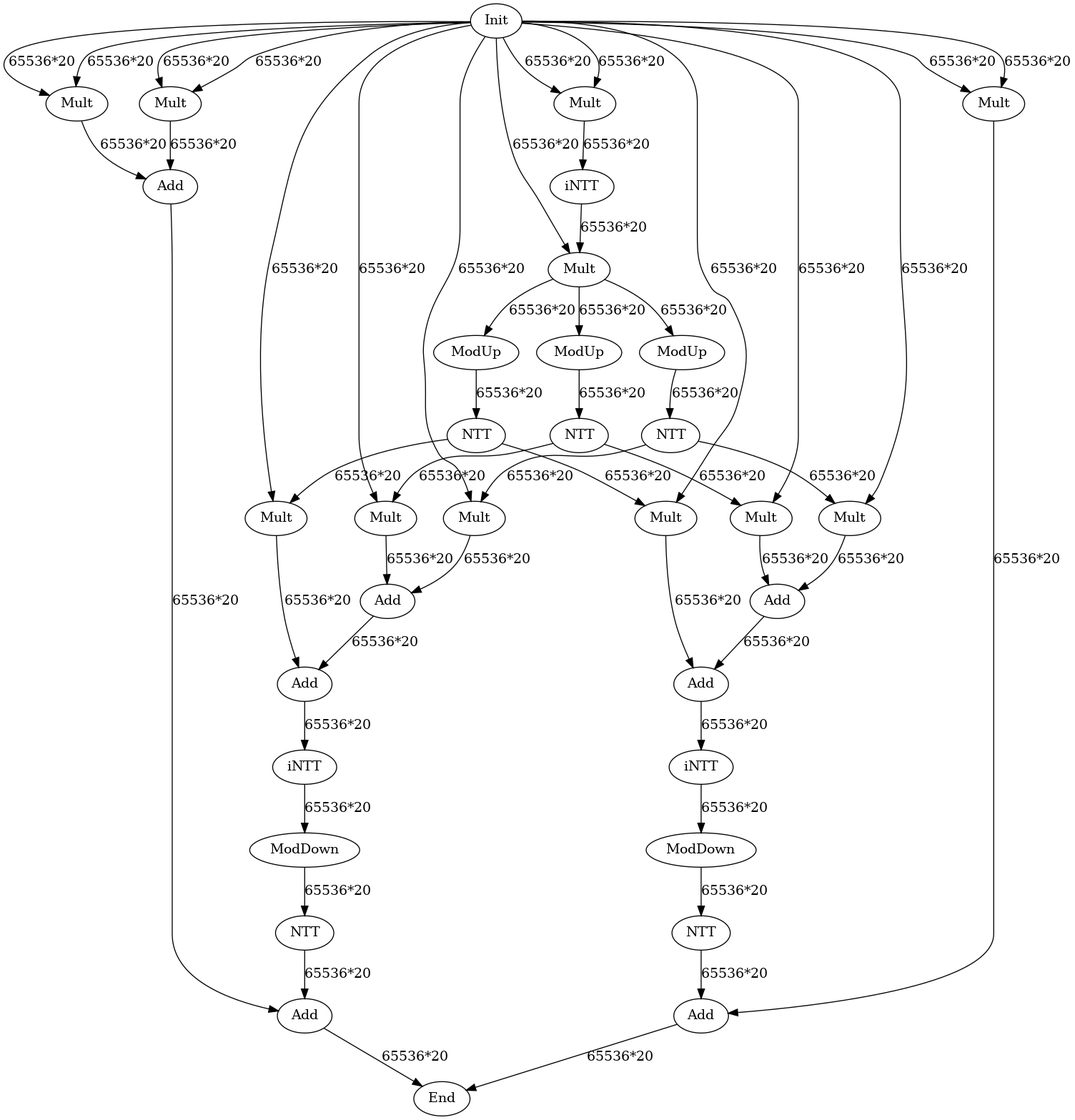
Above: data/graph_poly_hmult.dot.png in hal-lab-u-tokyo/PolyFHE (Graphviz), before the change. Its source is kept beside it as data/graph_poly_hmult.dot.
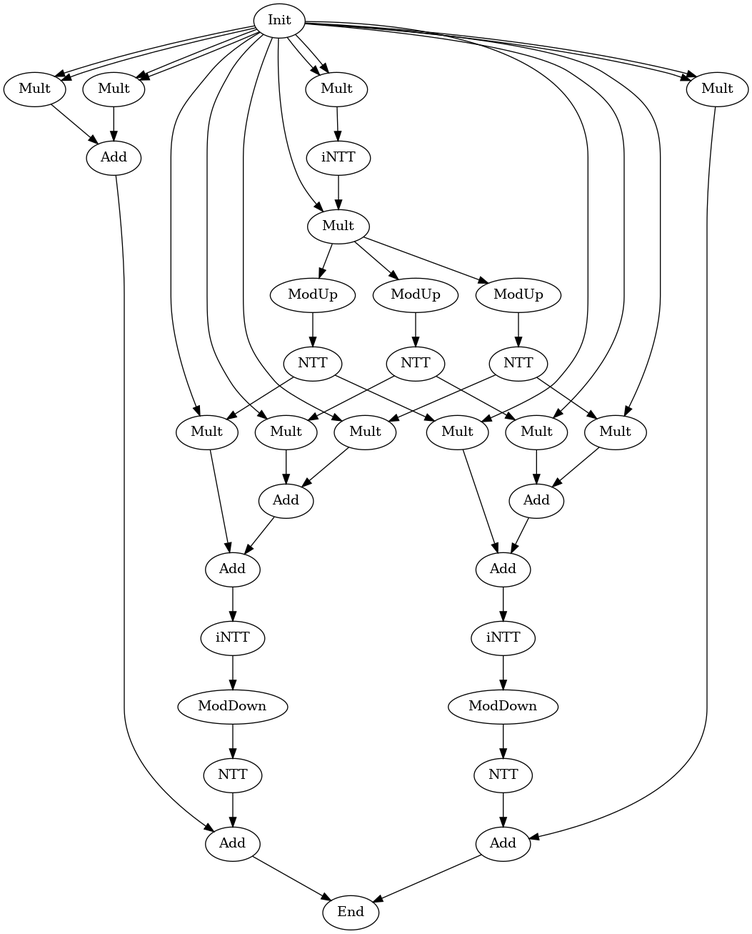
Later version of the same file.

What changed in the source:
```diff
@@ -32,55 +32,55 @@
 Add_ax[label="Add"];
 Add_bx[label="Add"];
 End[label="End"];
-Init -> Mult_AxAx[label="65536*20"];
-Init -> Mult_AxAx[label="65536*20"];
-Init -> Mult_AxBx[label="65536*20"];
-Init -> Mult_AxBx[label="65536*20"];
-Init -> Mult_BxAx[label="65536*20"];
-Init -> Mult_BxAx[label="65536*20"];
-Init -> Mult_BxBx[label="65536*20"];
-Init -> Mult_BxBx[label="65536*20"];
-Init -> MultKey_0_ax[label="65536*20"];
-Init -> MultKey_0_bx[label="65536*20"];
-Init -> MultKey_1_ax[label="65536*20"];
-Init -> MultKey_1_bx[label="65536*20"];
-Init -> MultKey_2_ax[label="65536*20"];
-Init -> MultKey_2_bx[label="65536*20"];
-Init -> Mult_Decomp[label="65536*20"];
-Mult_AxBx -> Add_AxBx[label="65536*20"];
-Mult_BxAx -> Add_AxBx[label="65536*20"];
-Mult_AxAx -> iNTT[label="65536*20"];
-iNTT -> Mult_Decomp[label="65536*20"];
-Mult_Decomp -> ModUp_0[label="65536*20"];
-Mult_Decomp -> ModUp_1[label="65536*20"];
-Mult_Decomp -> ModUp_2[label="65536*20"];
-ModUp_0 -> NTT_0[label="65536*20"];
-ModUp_1 -> NTT_1[label="65536*20"];
-ModUp_2 -> NTT_2[label="65536*20"];
-NTT_0 -> MultKey_0_ax[label="65536*20"];
-NTT_0 -> MultKey_0_bx[label="65536*20"];
-NTT_1 -> MultKey_1_ax[label="65536*20"];
-NTT_1 -> MultKey_1_bx[label="65536*20"];
-NTT_2 -> MultKey_2_ax[label="65536*20"];
-NTT_2 -> MultKey_2_bx[label="65536*20"];
-MultKey_0_ax -> AddAccum_1_ax[label="65536*20"];
-MultKey_0_bx -> AddAccum_1_bx[label="65536*20"];
-MultKey_1_ax -> AddAccum_1_ax[label="65536*20"];
-MultKey_1_bx -> AddAccum_1_bx[label="65536*20"];
-MultKey_2_ax -> AddAccum_2_ax[label="65536*20"];
-MultKey_2_bx -> AddAccum_2_bx[label="65536*20"];
-AddAccum_1_ax -> AddAccum_2_ax[label="65536*20"];
-AddAccum_1_bx -> AddAccum_2_bx[label="65536*20"];
-AddAccum_2_ax -> iNTT_ax[label="65536*20"];
-AddAccum_2_bx -> iNTT_bx[label="65536*20"];
-iNTT_ax -> ModDown_ax[label="65536*20"];
-iNTT_bx -> ModDown_bx[label="65536*20"];
-ModDown_ax -> NTT_ax[label="65536*20"];
-ModDown_bx -> NTT_bx[label="65536*20"];
-NTT_ax -> Add_ax[label="65536*20"];
-NTT_bx -> Add_bx[label="65536*20"];
-Add_AxBx -> Add_ax[label="65536*20"];
-Mult_BxBx -> Add_bx[label="65536*20"];
-Add_ax -> End[label="65536*20"];
-Add_bx -> End[label="65536*20"];
+Init -> Mult_AxAx[];
+Init -> Mult_AxAx[];
+Init -> Mult_AxBx[];
+Init -> Mult_AxBx[];
+Init -> Mult_BxAx[];
+Init -> Mult_BxAx[];
+Init -> Mult_BxBx[];
+Init -> Mult_BxBx[];
+Init -> MultKey_0_ax[];
+Init -> MultKey_0_bx[];
+Init -> MultKey_1_ax[];
+Init -> MultKey_1_bx[];
+Init -> MultKey_2_ax[];
+Init -> MultKey_2_bx[];
+Init -> Mult_Decomp[];
+Mult_AxBx -> Add_AxBx[];
+Mult_BxAx -> Add_AxBx[];
+Mult_AxAx -> iNTT[];
+iNTT -> Mult_Decomp[];
+Mult_Decomp -> ModUp_0[];
+Mult_Decomp -> ModUp_1[];
+Mult_Decomp -> ModUp_2[];
+ModUp_0 -> NTT_0[];
+ModUp_1 -> NTT_1[];
+ModUp_2 -> NTT_2[];
+NTT_0 -> MultKey_0_ax[];
+NTT_0 -> MultKey_0_bx[];
+NTT_1 -> MultKey_1_ax[];
+NTT_1 -> MultKey_1_bx[];
+NTT_2 -> MultKey_2_ax[];
+NTT_2 -> MultKey_2_bx[];
+MultKey_0_ax -> AddAccum_1_ax[];
+MultKey_0_bx -> AddAccum_1_bx[];
+MultKey_1_ax -> AddAccum_1_ax[];
+MultKey_1_bx -> AddAccum_1_bx[];
+MultKey_2_ax -> AddAccum_2_ax[];
+MultKey_2_bx -> AddAccum_2_bx[];
+AddAccum_1_ax -> AddAccum_2_ax[];
+AddAccum_1_bx -> AddAccum_2_bx[];
+AddAccum_2_ax -> iNTT_ax[];
+AddAccum_2_bx -> iNTT_bx[];
+iNTT_ax -> ModDown_ax[];
+iNTT_bx -> ModDown_bx[];
+ModDown_ax -> NTT_ax[];
+ModDown_bx -> NTT_bx[];
+NTT_ax -> Add_ax[];
+NTT_bx -> Add_bx[];
+Add_AxBx -> Add_ax[];
+Mult_BxBx -> Add_bx[];
+Add_ax -> End[];
+Add_bx -> End[];
 }
```
